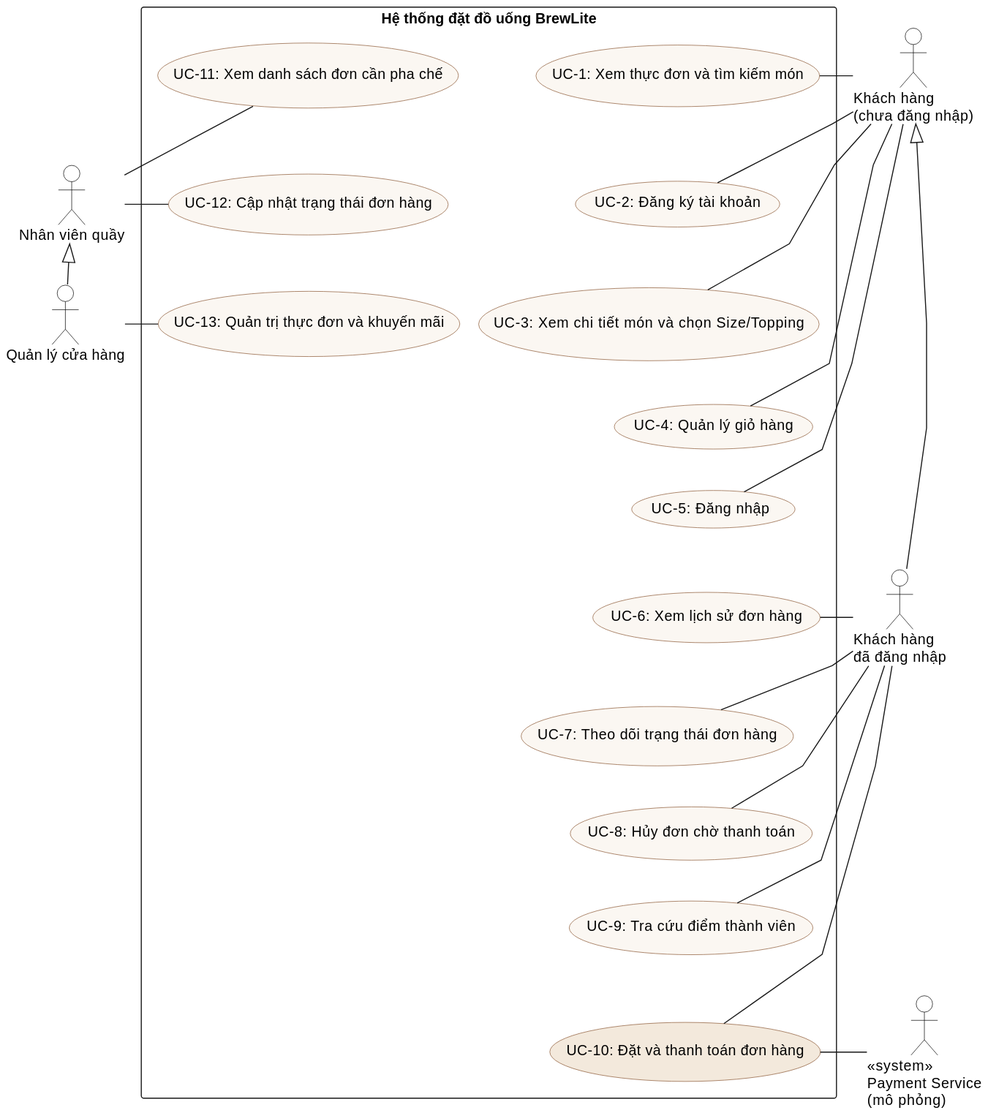
LHTCoder/brewlite keeps this PlantUML diagram as docs/diagrams/use-case-overview.svg. Above is the earlier version.
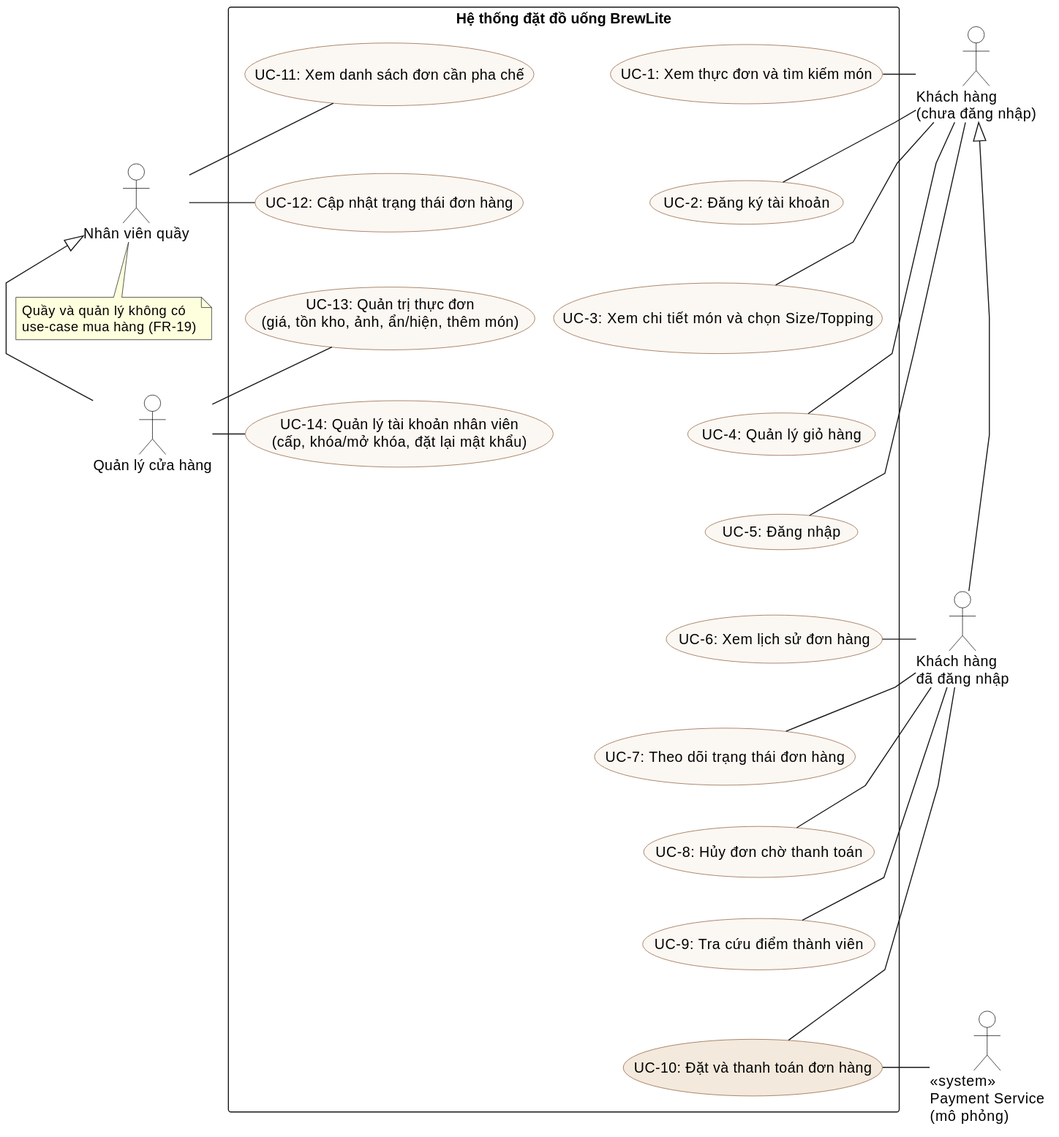
After the change.

What changed in the source:
```diff
@@ -31,8 +31,14 @@
   usecase "UC-10: Đặt và thanh toán đơn hàng" as UC10 #F3E9DC
   usecase "UC-11: Xem danh sách đơn cần pha chế" as UC11
   usecase "UC-12: Cập nhật trạng thái đơn hàng" as UC12
-  usecase "UC-13: Quản trị thực đơn và khuyến mãi" as UC13
+  usecase "UC-13: Quản trị thực đơn\n(giá, tồn kho, ảnh, ẩn/hiện, thêm món)" as UC13
+  usecase "UC-14: Quản lý tài khoản nhân viên\n(cấp, khóa/mở khóa, đặt lại mật khẩu)" as UC14
 }
+
+note bottom of Staff
+  Quầy và quản lý không có
+  use-case mua hàng (FR-19)
+end note
 
 UC1 -[hidden]down- UC2
 UC2 -[hidden]down- UC3
@@ -45,6 +51,7 @@
 UC9 -[hidden]down- UC10
 UC11 -[hidden]down- UC12
 UC12 -[hidden]down- UC13
+UC13 -[hidden]down- UC14
 
 Guest -right- UC1
 Guest -right- UC2
@@ -63,6 +70,7 @@
 UC11 -right- Staff
 UC12 -right- Staff
 UC13 -right- Manager
+UC14 -right- Manager
 
 Guest <|-down- Customer
 Staff <|-down- Manager
```
